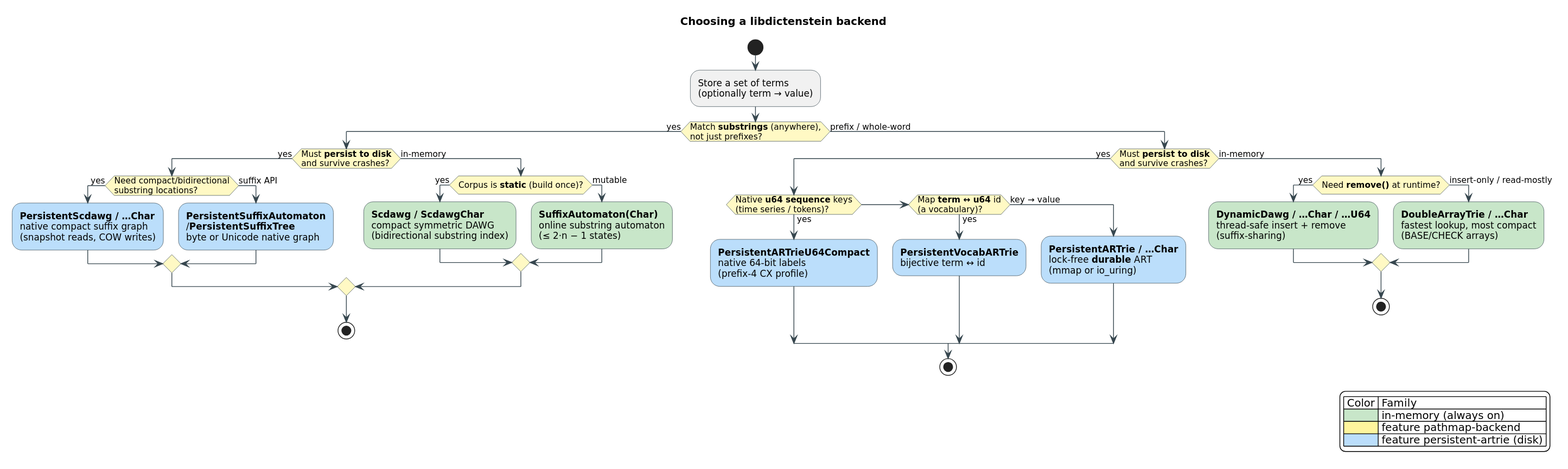
vinary-tree/libdictenstein keeps this PlantUML diagram as docs/diagrams/selector.svg. Above is the earlier version. Its source is kept beside it as docs/diagrams/src/selector.puml. Its diagram source:
```plantuml
@startuml selector
skinparam backgroundColor #FFFFFF
skinparam defaultFontName "DejaVu Sans"
skinparam ArrowColor #37474F
skinparam ActivityDiamondBackgroundColor #FFF9C4
skinparam ActivityDiamondBorderColor #F9A825
skinparam ActivityBorderColor #37474F

title Choosing a libdictenstein backend

start
:Store a set of terms\n(optionally term → value);

if (Match **substrings** (anywhere),\nnot just prefixes?) then (yes)
  if (Must **persist to disk**\nand survive crashes?) then (yes)
    if (Need compact/bidirectional\nsubstring locations?) then (yes)
      :**PersistentScdawg / …Char**\nnative compact suffix graph\n(snapshot reads, COW writes);<<#BBDEFB>>
    else (suffix API)
      :**PersistentSuffixAutomaton**\n/**PersistentSuffixTree**\nbyte or Unicode native graph;<<#BBDEFB>>
    endif
  else (in-memory)
    if (Corpus is **static** (build once)?) then (yes)
      :**Scdawg / ScdawgChar**\ncompact symmetric DAWG\n(bidirectional substring index);<<#C8E6C9>>
    else (mutable)
      :**SuffixAutomaton(Char)**\nonline substring automaton\n(≤ 2·n − 1 states);<<#C8E6C9>>
    endif
  endif
  stop
else (prefix / whole-word)
  if (Must **persist to disk**\nand survive crashes?) then (yes)
    if (Native **u64 sequence** keys\n(time series / tokens)?) then (yes)
      :**PersistentARTrieU64Compact**\nnative 64-bit labels\n(prefix-4 CX profile);<<#BBDEFB>>
    elseif (Map **term ↔ u64** id\n(a vocabulary)?) then (yes)
      :**PersistentVocabARTrie**\nbijective term ↔ id;<<#BBDEFB>>
    else (key → value)
      :**PersistentARTrie / …Char**\nlock-free **durable** ART\n(mmap or io_uring);<<#BBDEFB>>
    endif
    stop
  else (in-memory)
    if (Need **remove()** at runtime?) then (yes)
      :**DynamicDawg / …Char / …U64**\nthread-safe insert + remove\n(suffix-sharing);<<#C8E6C9>>
    else (insert-only / read-mostly)
      :**DoubleArrayTrie / …Char**\nfastest lookup, most compact\n(BASE/CHECK arrays);<<#C8E6C9>>
    endif
    stop
  endif
endif

legend right
| Color | Family |
|<#C8E6C9>| in-memory (always on) |
|<#FFF59D>| feature pathmap-backend |
|<#BBDEFB>| feature persistent-artrie (disk) |
endlegend
@enduml
```
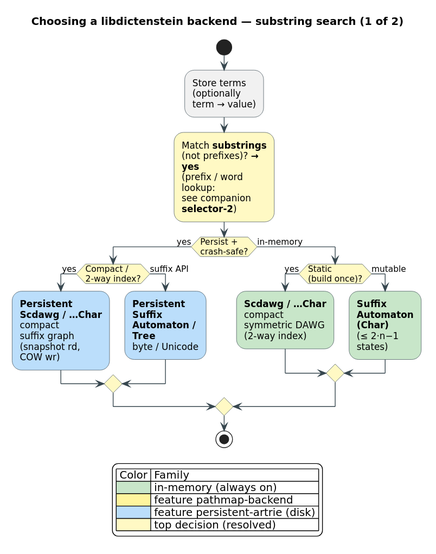
After the change.

Diff of the diagram source:
```diff
@@ -1,55 +1,38 @@
 @startuml selector
 skinparam backgroundColor #FFFFFF
 skinparam defaultFontName "DejaVu Sans"
+skinparam wrapWidth 115
 skinparam ArrowColor #37474F
 skinparam ActivityDiamondBackgroundColor #FFF9C4
 skinparam ActivityDiamondBorderColor #F9A825
 skinparam ActivityBorderColor #37474F
 
-title Choosing a libdictenstein backend
+title Choosing a libdictenstein backend — substring search (1 of 2)
 
 start
-:Store a set of terms\n(optionally term → value);
+:Store terms\n(optionally\nterm → value);
+:Match **substrings**\n(not prefixes)? **→ yes**\n(prefix / word lookup:\nsee companion **selector-2**);<<#FFF9C4>>
 
-if (Match **substrings** (anywhere),\nnot just prefixes?) then (yes)
-  if (Must **persist to disk**\nand survive crashes?) then (yes)
-    if (Need compact/bidirectional\nsubstring locations?) then (yes)
-      :**PersistentScdawg / …Char**\nnative compact suffix graph\n(snapshot reads, COW writes);<<#BBDEFB>>
-    else (suffix API)
-      :**PersistentSuffixAutomaton**\n/**PersistentSuffixTree**\nbyte or Unicode native graph;<<#BBDEFB>>
-    endif
-  else (in-memory)
-    if (Corpus is **static** (build once)?) then (yes)
-      :**Scdawg / ScdawgChar**\ncompact symmetric DAWG\n(bidirectional substring index);<<#C8E6C9>>
-    else (mutable)
-      :**SuffixAutomaton(Char)**\nonline substring automaton\n(≤ 2·n − 1 states);<<#C8E6C9>>
-    endif
+if (Persist +\ncrash-safe?) then (yes)
+  if (Compact /\n2-way index?) then (yes)
+    :**Persistent**\n**Scdawg / …Char**\ncompact\nsuffix graph\n(snapshot rd,\nCOW wr);<<#BBDEFB>>
+  else (suffix API)
+    :**Persistent**\n**Suffix**\n**Automaton /**\n**Tree**\nbyte / Unicode;<<#BBDEFB>>
   endif
-  stop
-else (prefix / whole-word)
-  if (Must **persist to disk**\nand survive crashes?) then (yes)
-    if (Native **u64 sequence** keys\n(time series / tokens)?) then (yes)
-      :**PersistentARTrieU64Compact**\nnative 64-bit labels\n(prefix-4 CX profile);<<#BBDEFB>>
-    elseif (Map **term ↔ u64** id\n(a vocabulary)?) then (yes)
-      :**PersistentVocabARTrie**\nbijective term ↔ id;<<#BBDEFB>>
-    else (key → value)
-      :**PersistentARTrie / …Char**\nlock-free **durable** ART\n(mmap or io_uring);<<#BBDEFB>>
-    endif
-    stop
-  else (in-memory)
-    if (Need **remove()** at runtime?) then (yes)
-      :**DynamicDawg / …Char / …U64**\nthread-safe insert + remove\n(suffix-sharing);<<#C8E6C9>>
-    else (insert-only / read-mostly)
-      :**DoubleArrayTrie / …Char**\nfastest lookup, most compact\n(BASE/CHECK arrays);<<#C8E6C9>>
-    endif
-    stop
+else (in-memory)
+  if (Static\n(build once)?) then (yes)
+    :**Scdawg / …Char**\ncompact\nsymmetric DAWG\n(2-way index);<<#C8E6C9>>
+  else (mutable)
+    :**Suffix**\n**Automaton**\n**(Char)**\n(≤ 2·n−1\nstates);<<#C8E6C9>>
   endif
 endif
+stop
 
-legend right
+legend bottom
 | Color | Family |
 |<#C8E6C9>| in-memory (always on) |
 |<#FFF59D>| feature pathmap-backend |
 |<#BBDEFB>| feature persistent-artrie (disk) |
+|<#FFF9C4>| top decision (resolved) |
 endlegend
 @enduml
```
